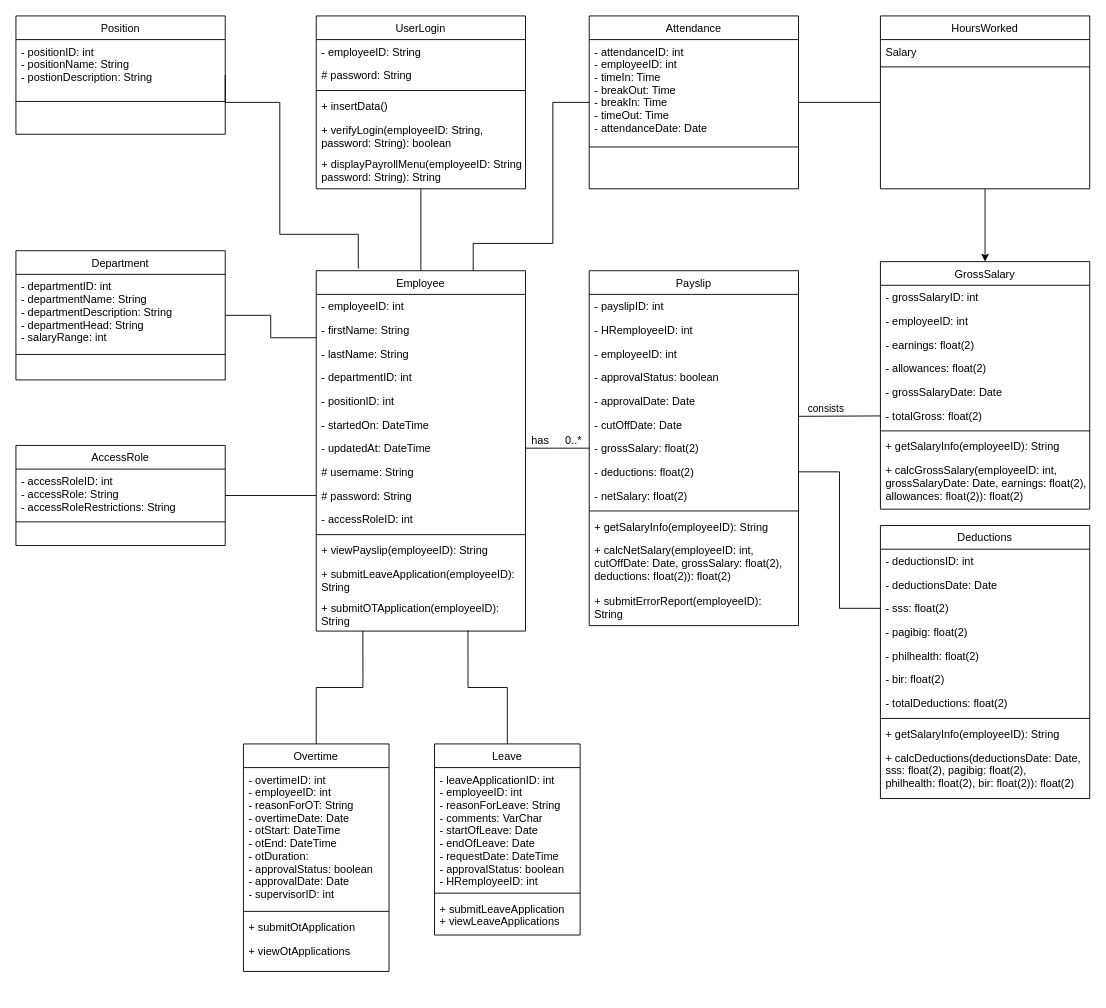
Earlier version of the draw.io diagram S2101 Team 3 OOP MotorPH Class Diagram.drawio (MichaelAngelLu/Computer-Programming). Source tidied: cells renumbered, new cells numbered last; positions are measured from the earlier drawing's top-left corner, leaving out a move shared by most shapes. Both pictures are drawn from the tidied source at 91%, with x=0, y=0 at pixel (15, 15).
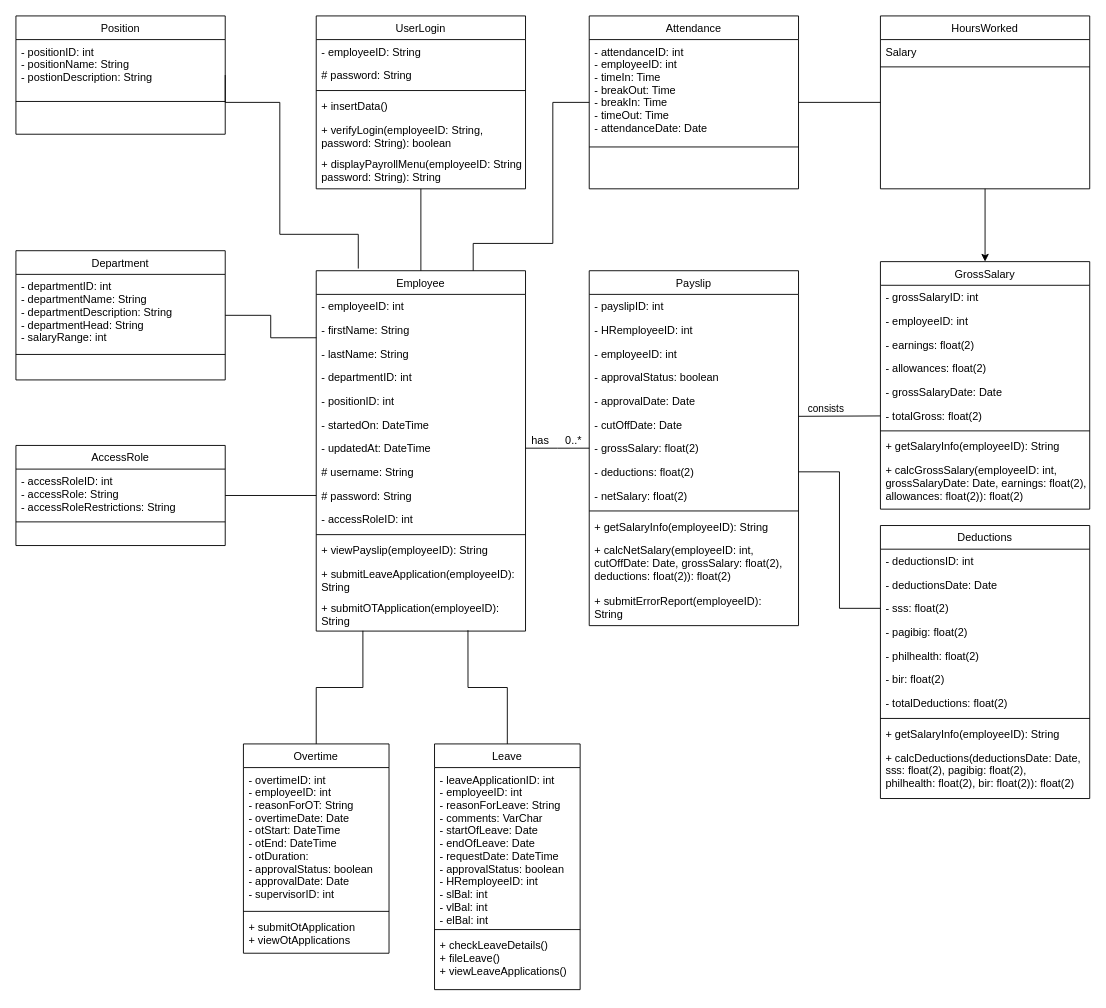
Above is the later version.

Change to the diagram source:
```diff
@@
     <mxCell id="17" value="Overtime" style="swimlane;fontStyle=0;align=center;verticalAlign=top;horizontal=1;startSize=26;rounded=0;shadow=0;strokeWidth=1;" parent="1" vertex="1">
-      <mxGeometry x="250" y="800" width="160" height="250" as="geometry" />
+      <mxGeometry x="250" y="800" width="160" height="230" as="geometry" />
     </mxCell>
@@
-    <mxCell id="20" value="+ submitOtApplication" style="text;align=left;verticalAlign=top;spacingLeft=4;spacingRight=4;overflow=hidden;fontStyle=0;" parent="17" vertex="1">
-      <mxGeometry y="188" width="160" height="26" as="geometry" />
+    <mxCell id="20" value="+ submitOtApplication&#10;+ viewOtApplications" style="text;align=left;verticalAlign=top;spacingLeft=4;spacingRight=4;overflow=hidden;fontStyle=0;" parent="17" vertex="1">
+      <mxGeometry y="188" width="160" height="42" as="geometry" />
     </mxCell>
-    <mxCell id="21" value="+ viewOtApplications" style="text;align=left;verticalAlign=top;spacingLeft=4;spacingRight=4;overflow=hidden;" parent="17" vertex="1">
-      <mxGeometry y="214" width="160" height="26" as="geometry" />
-    </mxCell>
     <mxCell id="22" value="Leave" style="swimlane;fontStyle=0;align=center;verticalAlign=top;horizontal=1;startSize=26;rounded=0;shadow=0;strokeWidth=1;" parent="1" vertex="1">
-      <mxGeometry x="460" y="800" width="160" height="210" as="geometry" />
+      <mxGeometry x="460" y="800" width="160" height="270" as="geometry" />
     </mxCell>
-    <mxCell id="23" value="- leaveApplicationID: int&#10;- employeeID: int&#10;- reasonForLeave: String&#10;- comments: VarChar&#10;- startOfLeave: Date&#10;- endOfLeave: Date&#10;- requestDate: DateTime&#10;- approvalStatus: boolean&#10;- HRemployeeID: int" style="text;align=left;verticalAlign=top;spacingLeft=4;spacingRight=4;overflow=hidden;" parent="22" vertex="1">
-      <mxGeometry y="26" width="160" height="134" as="geometry" />
+    <mxCell id="23" value="- leaveApplicationID: int&#10;- employeeID: int&#10;- reasonForLeave: String&#10;- comments: VarChar&#10;- startOfLeave: Date&#10;- endOfLeave: Date&#10;- requestDate: DateTime&#10;- approvalStatus: boolean&#10;- HRemployeeID: int&#10;- slBal: int&#10;- vlBal: int&#10;- elBal: int" style="text;align=left;verticalAlign=top;spacingLeft=4;spacingRight=4;overflow=hidden;" parent="22" vertex="1">
+      <mxGeometry y="26" width="160" height="174" as="geometry" />
     </mxCell>
     <mxCell id="24" style="line;html=1;strokeWidth=1;align=left;verticalAlign=middle;spacingTop=-1;spacingLeft=3;spacingRight=3;labelPosition=right;" parent="22" vertex="1">
-      <mxGeometry y="160" width="160" height="8" as="geometry" />
+      <mxGeometry y="200" width="160" height="8" as="geometry" />
     </mxCell>
-    <mxCell id="25" value="+ submitLeaveApplication&#10;+ viewLeaveApplications" style="text;align=left;verticalAlign=top;spacingLeft=4;spacingRight=4;overflow=hidden;" parent="22" vertex="1">
-      <mxGeometry y="168" width="160" height="42" as="geometry" />
+    <mxCell id="25" value="+ checkLeaveDetails()&#10;+ fileLeave()&#10;+ viewLeaveApplications()" style="text;align=left;verticalAlign=top;spacingLeft=4;spacingRight=4;overflow=hidden;" parent="22" vertex="1">
+      <mxGeometry y="208" width="160" height="62" as="geometry" />
     </mxCell>
```
